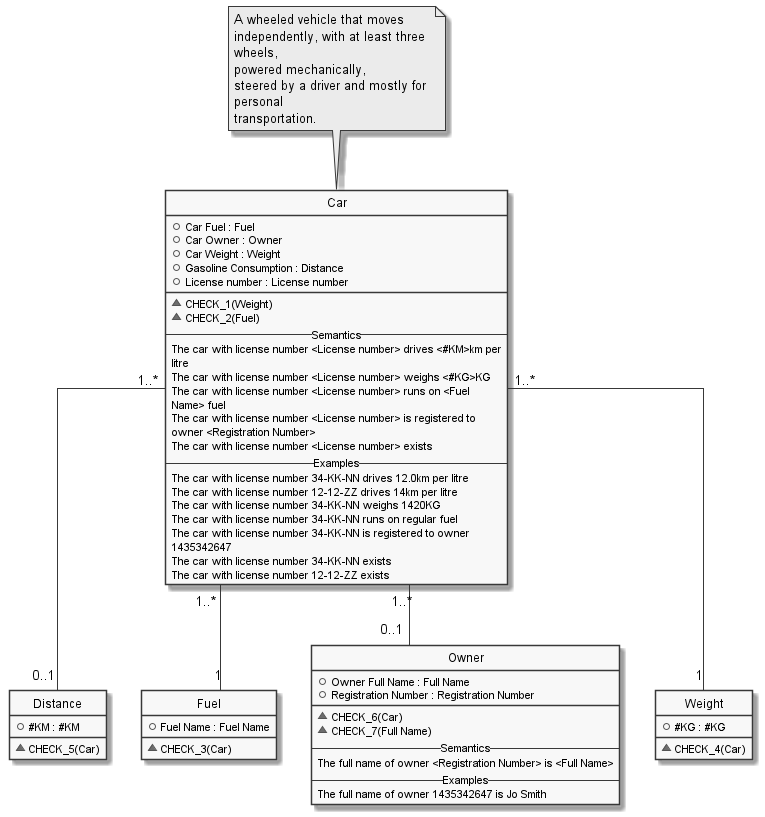
The PlantUML diagram EN/CarFuel/carFuel.uml.png in casetalk/Models, before a commit.
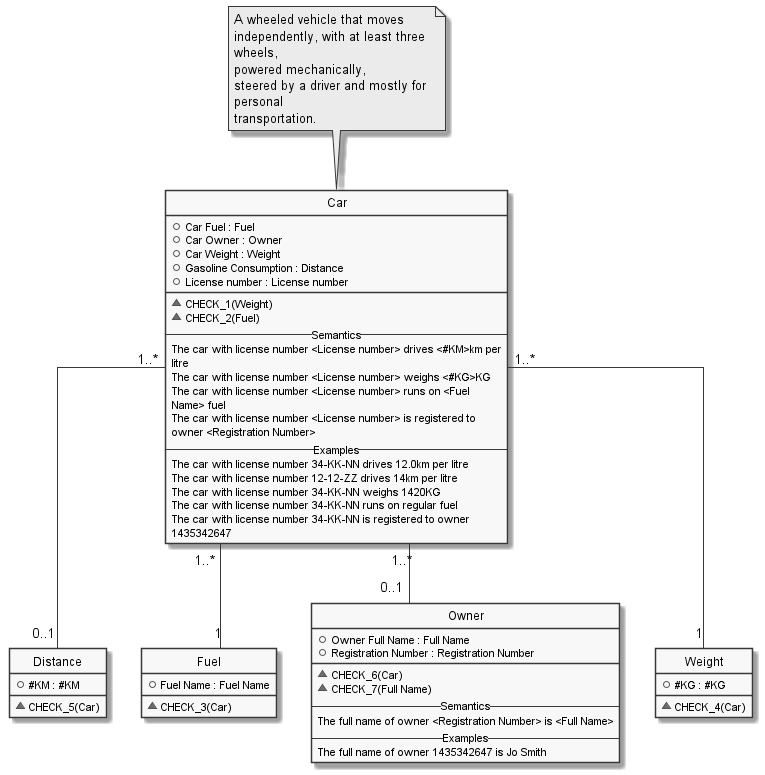
The same diagram one commit later.

Diff of the diagram source:
```diff
@@ -25,7 +25,6 @@
 Name> fuel
 The car with license number <License number> is registered to
 owner <Registration Number>
-The car with license number <License number> exists
 -- Examples --
 The car with license number 34-KK-NN drives 12.0km per litre
 The car with license number 12-12-ZZ drives 14km per litre
@@ -33,8 +32,6 @@
 The car with license number 34-KK-NN runs on regular fuel
 The car with license number 34-KK-NN is registered to owner
 1435342647
-The car with license number 34-KK-NN exists
-The car with license number 12-12-ZZ exists
   }
 note "A wheeled vehicle that moves \nindependently, with at least three \nwheels, \npowered mechanically, \nsteered by a driver and mostly for \npersonal \ntransportation." as Car_note
 Car_note .. Car
```
